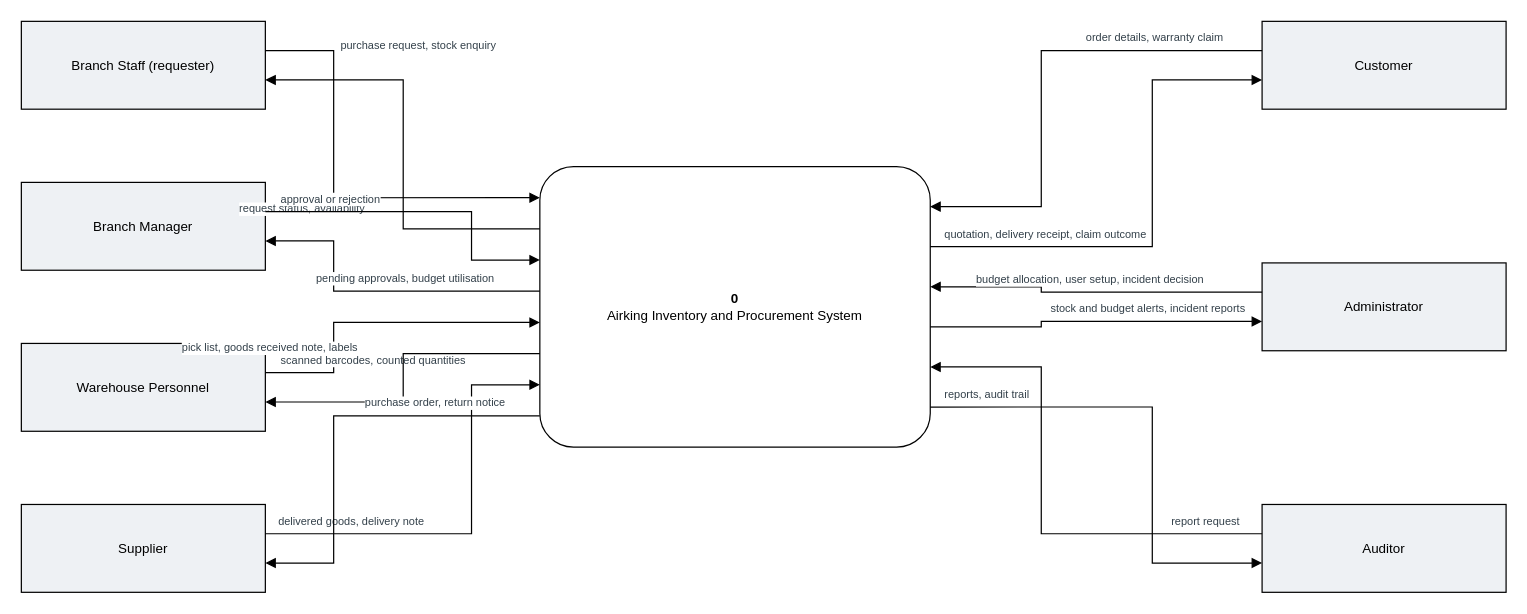
The draw.io diagram page "Context Diagram" (1 of 6) of docs/Airking-DFD.drawio in GROUP34-AirkingCapsProj/group34, before the edit. Source tidied: cells renumbered, new cells numbered last; positions are measured from the earlier drawing's top-left corner, leaving out a move shared by most shapes. Both pictures are drawn from the tidied source at 122%, with x=0, y=0 at pixel (21, 21).
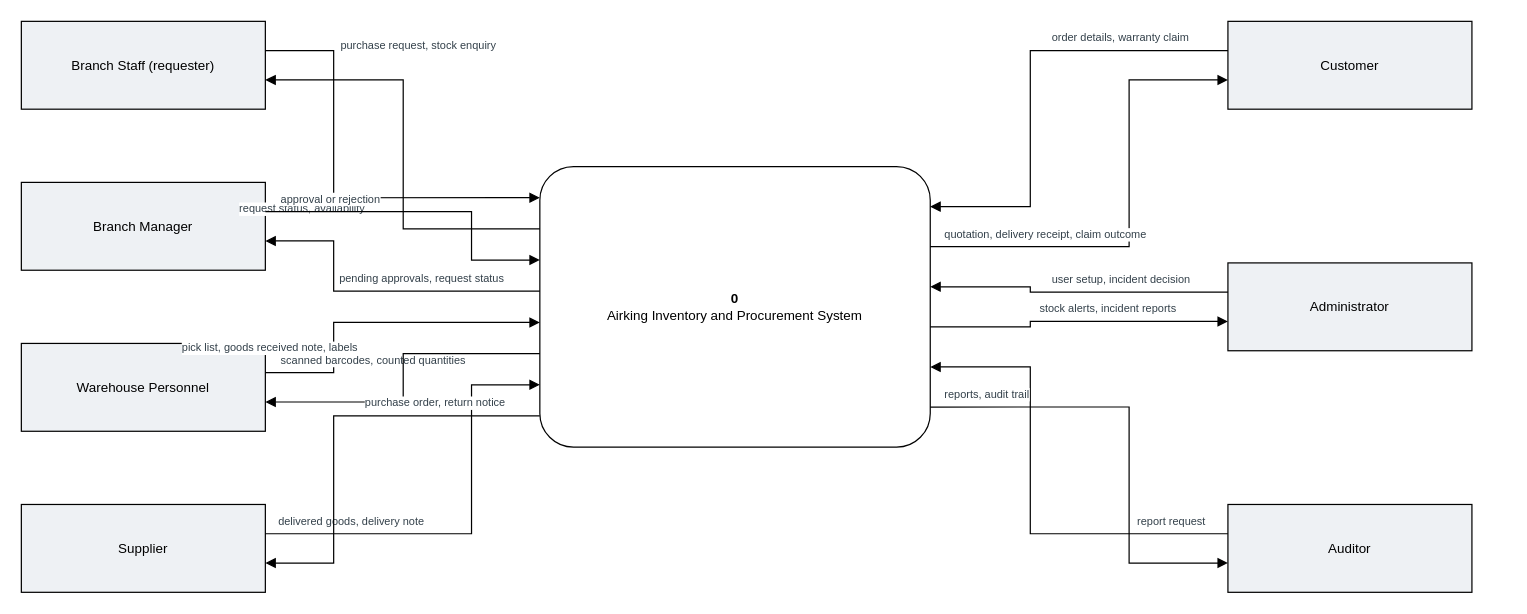
The same diagram, later.

Unchanged cells that the change refers to:
```xml
<mxCell id="3" value="Branch Manager" style="rounded=0;whiteSpace=wrap;html=1;fillColor=#eef1f4;strokeColor=#000000;fontColor=#000000;fontSize=11;" parent="1" vertex="1">
  <mxGeometry y="132" width="200" height="72" as="geometry" />
</mxCell>
<mxCell id="9" value="&lt;b&gt;0&lt;/b&gt;&lt;br&gt;Airking Inventory and Procurement System" style="rounded=1;arcSize=12;whiteSpace=wrap;html=1;fillColor=#ffffff;strokeColor=#000000;fontColor=#000000;fontSize=11;verticalAlign=middle;" parent="1" vertex="1">
  <mxGeometry x="425" y="119" width="320" height="230" as="geometry" />
</mxCell>
```

The edit, as a diff of the source:
```diff
@@
     <mxCell id="6" value="Customer" style="rounded=0;whiteSpace=wrap;html=1;fillColor=#eef1f4;strokeColor=#000000;fontColor=#000000;fontSize=11;" parent="1" vertex="1">
-      <mxGeometry x="1017" width="200" height="72" as="geometry" />
+      <mxGeometry x="989" width="200" height="72" as="geometry" />
     </mxCell>
     <mxCell id="7" value="Administrator" style="rounded=0;whiteSpace=wrap;html=1;fillColor=#eef1f4;strokeColor=#000000;fontColor=#000000;fontSize=11;" parent="1" vertex="1">
-      <mxGeometry x="1017" y="198" width="200" height="72" as="geometry" />
+      <mxGeometry x="989" y="198" width="200" height="72" as="geometry" />
     </mxCell>
     <mxCell id="8" value="Auditor" style="rounded=0;whiteSpace=wrap;html=1;fillColor=#eef1f4;strokeColor=#000000;fontColor=#000000;fontSize=11;" parent="1" vertex="1">
-      <mxGeometry x="1017" y="396" width="200" height="72" as="geometry" />
+      <mxGeometry x="989" y="396" width="200" height="72" as="geometry" />
     </mxCell>
@@
-    <mxCell id="13" value="pending approvals, budget utilisation" style="edgeStyle=orthogonalEdgeStyle;rounded=0;html=1;strokeColor=#000000;fontColor=#33404a;fontSize=9;endArrow=block;endFill=1;labelBackgroundColor=#ffffff;align=left;verticalAlign=bottom;exitX=0.0000;exitY=0.4444;exitDx=0;exitDy=0;entryX=1.0000;entryY=0.6667;entryDx=0;entryDy=0;" parent="1" edge="1" source="9" target="3">
+    <mxCell id="13" value="pending approvals, request status" style="edgeStyle=orthogonalEdgeStyle;rounded=0;html=1;strokeColor=#000000;fontColor=#33404a;fontSize=9;endArrow=block;endFill=1;labelBackgroundColor=#ffffff;align=left;verticalAlign=bottom;exitX=0.0000;exitY=0.4444;exitDx=0;exitDy=0;entryX=1.0000;entryY=0.6667;entryDx=0;entryDy=0;" parent="1" edge="1" source="9" target="3">
       <mxGeometry x="-0.95" relative="1" as="geometry">
         <Array as="points">
           <mxPoint x="256" y="221" />
           <mxPoint x="256" y="180" />
         </Array>
-        <mxPoint x="-178" y="-2" as="offset" />
+        <mxPoint x="-159" y="-2" as="offset" />
       </mxGeometry>
     </mxCell>
@@
     <mxCell id="18" value="order details, warranty claim" style="edgeStyle=orthogonalEdgeStyle;rounded=0;html=1;strokeColor=#000000;fontColor=#33404a;fontSize=9;endArrow=block;endFill=1;labelBackgroundColor=#ffffff;align=left;verticalAlign=bottom;exitX=0.0000;exitY=0.3333;exitDx=0;exitDy=0;entryX=1.0000;entryY=0.1429;entryDx=0;entryDy=0;" parent="1" edge="1" source="6" target="9">
       <mxGeometry x="-0.97" relative="1" as="geometry">
         <Array as="points">
-          <mxPoint x="836" y="24" />
-          <mxPoint x="836" y="152" />
+          <mxPoint x="827" y="24" />
+          <mxPoint x="827" y="152" />
         </Array>
         <mxPoint x="-140" y="-2" as="offset" />
       </mxGeometry>
     </mxCell>
     <mxCell id="19" value="quotation, delivery receipt, claim outcome" style="edgeStyle=orthogonalEdgeStyle;rounded=0;html=1;strokeColor=#000000;fontColor=#33404a;fontSize=9;endArrow=block;endFill=1;labelBackgroundColor=#ffffff;align=left;verticalAlign=bottom;exitX=1.0000;exitY=0.2857;exitDx=0;exitDy=0;entryX=0.0000;entryY=0.6667;entryDx=0;entryDy=0;" parent="1" edge="1" source="9" target="6">
       <mxGeometry x="-0.97" relative="1" as="geometry">
         <Array as="points">
-          <mxPoint x="927" y="185" />
-          <mxPoint x="927" y="48" />
+          <mxPoint x="908" y="185" />
+          <mxPoint x="908" y="48" />
         </Array>
         <mxPoint x="4" y="-2" as="offset" />
       </mxGeometry>
     </mxCell>
-    <mxCell id="20" value="budget allocation, user setup, incident decision" style="edgeStyle=orthogonalEdgeStyle;rounded=0;html=1;strokeColor=#000000;fontColor=#33404a;fontSize=9;endArrow=block;endFill=1;labelBackgroundColor=#ffffff;align=left;verticalAlign=bottom;exitX=0.0000;exitY=0.3333;exitDx=0;exitDy=0;entryX=1.0000;entryY=0.4286;entryDx=0;entryDy=0;" parent="1" edge="1" source="7" target="9">
-      <mxGeometry x="-0.96" relative="1" as="geometry">
+    <mxCell id="20" value="user setup, incident decision" style="edgeStyle=orthogonalEdgeStyle;rounded=0;html=1;strokeColor=#000000;fontColor=#33404a;fontSize=9;endArrow=block;endFill=1;labelBackgroundColor=#ffffff;align=left;verticalAlign=bottom;exitX=0.0000;exitY=0.3333;exitDx=0;exitDy=0;entryX=1.0000;entryY=0.4286;entryDx=0;entryDy=0;" parent="1" edge="1" source="7" target="9">
+      <mxGeometry x="-0.95" relative="1" as="geometry">
         <Array as="points">
-          <mxPoint x="836" y="222" />
-          <mxPoint x="836" y="218" />
+          <mxPoint x="827" y="222" />
+          <mxPoint x="827" y="218" />
         </Array>
-        <mxPoint x="-230" y="-2" as="offset" />
+        <mxPoint x="-140" y="-2" as="offset" />
       </mxGeometry>
     </mxCell>
-    <mxCell id="21" value="stock and budget alerts, incident reports" style="edgeStyle=orthogonalEdgeStyle;rounded=0;html=1;strokeColor=#000000;fontColor=#33404a;fontSize=9;endArrow=block;endFill=1;labelBackgroundColor=#ffffff;align=left;verticalAlign=bottom;exitX=1.0000;exitY=0.5714;exitDx=0;exitDy=0;entryX=0.0000;entryY=0.6667;entryDx=0;entryDy=0;" parent="1" edge="1" source="9" target="7">
-      <mxGeometry x="-0.3" relative="1" as="geometry">
+    <mxCell id="21" value="stock alerts, incident reports" style="edgeStyle=orthogonalEdgeStyle;rounded=0;html=1;strokeColor=#000000;fontColor=#33404a;fontSize=9;endArrow=block;endFill=1;labelBackgroundColor=#ffffff;align=left;verticalAlign=bottom;exitX=1.0000;exitY=0.5714;exitDx=0;exitDy=0;entryX=0.0000;entryY=0.6667;entryDx=0;entryDy=0;" parent="1" edge="1" source="9" target="7">
+      <mxGeometry x="-0.29" relative="1" as="geometry">
         <Array as="points">
-          <mxPoint x="836" y="250" />
-          <mxPoint x="836" y="246" />
+          <mxPoint x="827" y="250" />
+          <mxPoint x="827" y="246" />
         </Array>
         <mxPoint x="4" y="-2" as="offset" />
       </mxGeometry>
     </mxCell>
     <mxCell id="22" value="report request" style="edgeStyle=orthogonalEdgeStyle;rounded=0;html=1;strokeColor=#000000;fontColor=#33404a;fontSize=9;endArrow=block;endFill=1;labelBackgroundColor=#ffffff;align=left;verticalAlign=bottom;exitX=0.0000;exitY=0.3333;exitDx=0;exitDy=0;entryX=1.0000;entryY=0.7143;entryDx=0;entryDy=0;" parent="1" edge="1" source="8" target="9">
       <mxGeometry x="-0.97" relative="1" as="geometry">
         <Array as="points">
-          <mxPoint x="836" y="420" />
-          <mxPoint x="836" y="283" />
+          <mxPoint x="827" y="420" />
+          <mxPoint x="827" y="283" />
         </Array>
         <mxPoint x="-70" y="-2" as="offset" />
       </mxGeometry>
     </mxCell>
     <mxCell id="23" value="reports, audit trail" style="edgeStyle=orthogonalEdgeStyle;rounded=0;html=1;strokeColor=#000000;fontColor=#33404a;fontSize=9;endArrow=block;endFill=1;labelBackgroundColor=#ffffff;align=left;verticalAlign=bottom;exitX=1.0000;exitY=0.8571;exitDx=0;exitDy=0;entryX=0.0000;entryY=0.6667;entryDx=0;entryDy=0;" parent="1" edge="1" source="9" target="8">
       <mxGeometry x="-0.97" relative="1" as="geometry">
         <Array as="points">
-          <mxPoint x="927" y="316" />
-          <mxPoint x="927" y="444" />
+          <mxPoint x="908" y="316" />
+          <mxPoint x="908" y="444" />
         </Array>
         <mxPoint x="4" y="-2" as="offset" />
       </mxGeometry>
     </mxCell>
```
